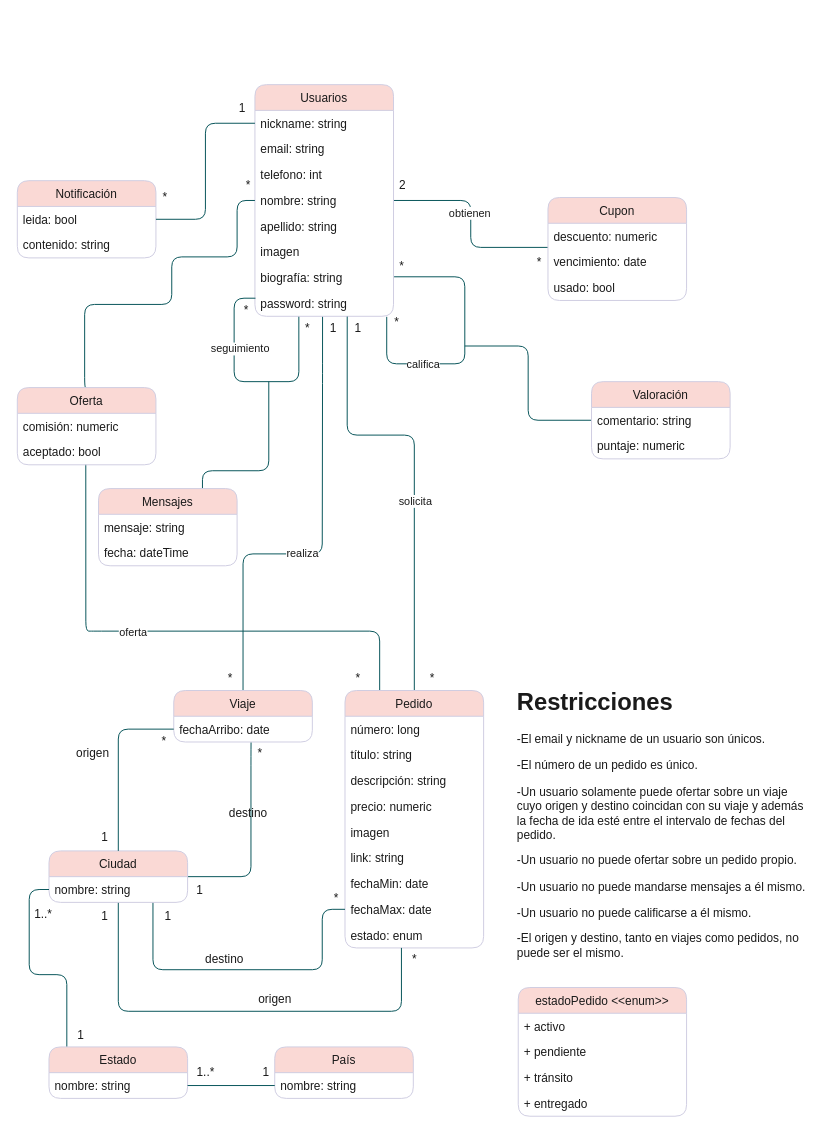
Before: Analisis.drawio in CintiaLeal/TallerPHP, a draw.io diagram. Source tidied: cells renumbered, new cells numbered last; positions are measured from the earlier drawing's top-left corner, leaving out a move shared by most shapes. Both pictures are drawn from the tidied source at 99%, with x=0, y=0 at pixel (17, 84).
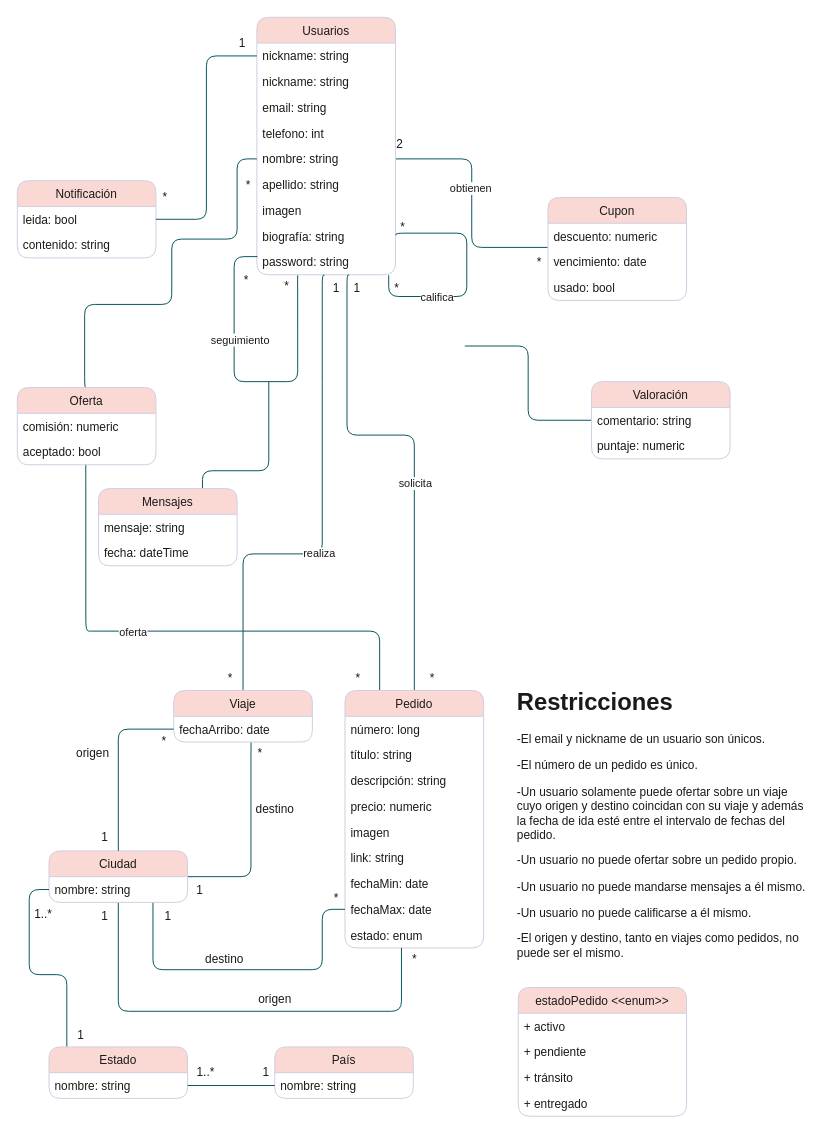
The same page after the edit.

Commit message (it also covers changes not shown here):
cupones anda

The change refers to these unchanged cells:
```xml
<mxCell id="43" value="Oferta" style="swimlane;fontStyle=0;horizontal=1;startSize=26;fillColor=#FAD9D5;fontColor=#1A1A1A;strokeColor=#D0CEE2;rounded=1;" parent="1" vertex="1">
  <mxGeometry y="306" width="140" height="78" as="geometry" />
</mxCell>
```

Change to the diagram source:
```diff
@@
     <mxCell id="5" value="Usuarios" style="swimlane;fontStyle=0;horizontal=1;startSize=26;fillColor=#FAD9D5;fontColor=#1A1A1A;strokeColor=#D0CEE2;rounded=1;" parent="1" vertex="1">
-      <mxGeometry x="240" width="140" height="234" as="geometry" />
+      <mxGeometry x="242" y="-68" width="140" height="260" as="geometry" />
     </mxCell>
@@
+    <mxCell id="103" value="nickname: string" style="text;strokeColor=none;fillColor=none;align=left;verticalAlign=top;spacingLeft=4;spacingRight=4;overflow=hidden;fontColor=#1A1A1A;rounded=1;" parent="5" vertex="1">
+      <mxGeometry y="52" width="140" height="26" as="geometry" />
+    </mxCell>
     <mxCell id="7" value="email: string" style="text;strokeColor=none;fillColor=none;align=left;verticalAlign=top;spacingLeft=4;spacingRight=4;overflow=hidden;fontColor=#1A1A1A;rounded=1;" parent="5" vertex="1">
-      <mxGeometry y="52" width="140" height="26" as="geometry" />
+      <mxGeometry y="78" width="140" height="26" as="geometry" />
     </mxCell>
     <mxCell id="8" value="telefono: int" style="text;strokeColor=none;fillColor=none;align=left;verticalAlign=top;spacingLeft=4;spacingRight=4;overflow=hidden;fontColor=#1A1A1A;rounded=1;" parent="5" vertex="1">
-      <mxGeometry y="78" width="140" height="26" as="geometry" />
+      <mxGeometry y="104" width="140" height="26" as="geometry" />
     </mxCell>
     <mxCell id="9" value="nombre: string" style="text;strokeColor=none;fillColor=none;align=left;verticalAlign=top;spacingLeft=4;spacingRight=4;overflow=hidden;points=[[0,0.5],[1,0.5]];portConstraint=eastwest;fontColor=#1A1A1A;rounded=1;" parent="5" vertex="1">
-      <mxGeometry y="104" width="140" height="26" as="geometry" />
+      <mxGeometry y="130" width="140" height="26" as="geometry" />
     </mxCell>
     <mxCell id="10" value="apellido: string" style="text;strokeColor=none;fillColor=none;align=left;verticalAlign=top;spacingLeft=4;spacingRight=4;overflow=hidden;fontColor=#1A1A1A;rounded=1;" parent="5" vertex="1">
-      <mxGeometry y="130" width="140" height="26" as="geometry" />
+      <mxGeometry y="156" width="140" height="26" as="geometry" />
     </mxCell>
     <mxCell id="11" value="imagen" style="text;strokeColor=none;fillColor=none;align=left;verticalAlign=top;spacingLeft=4;spacingRight=4;overflow=hidden;fontColor=#1A1A1A;rounded=1;" parent="5" vertex="1">
-      <mxGeometry y="156" width="140" height="26" as="geometry" />
+      <mxGeometry y="182" width="140" height="26" as="geometry" />
     </mxCell>
     <mxCell id="12" value="biografía: string" style="text;strokeColor=none;fillColor=none;align=left;verticalAlign=top;spacingLeft=4;spacingRight=4;overflow=hidden;points=[[0,0.5],[1,0.5]];portConstraint=eastwest;fontColor=#1A1A1A;rounded=1;" parent="5" vertex="1">
-      <mxGeometry y="182" width="140" height="26" as="geometry" />
+      <mxGeometry y="208" width="140" height="26" as="geometry" />
     </mxCell>
     <mxCell id="13" value="password: string" style="text;strokeColor=none;fillColor=none;align=left;verticalAlign=top;spacingLeft=4;spacingRight=4;overflow=hidden;points=[[0,0.5],[1,0.5]];portConstraint=eastwest;fontColor=#1A1A1A;rounded=1;" parent="5" vertex="1">
-      <mxGeometry y="208" width="140" height="26" as="geometry" />
+      <mxGeometry y="234" width="140" height="26" as="geometry" />
     </mxCell>
     <mxCell id="14" style="edgeStyle=orthogonalEdgeStyle;sketch=0;jettySize=auto;html=1;exitX=1.004;exitY=0.465;exitDx=0;exitDy=0;fontColor=#1A1A1A;startArrow=none;startFill=0;strokeColor=#09555B;endArrow=none;endFill=0;entryX=0.951;entryY=1.021;entryDx=0;entryDy=0;exitPerimeter=0;entryPerimeter=0;" parent="5" edge="1" source="12" target="13">
       <mxGeometry relative="1" as="geometry">
         <Array as="points">
-          <mxPoint x="212" y="194" />
+          <mxPoint x="141" y="218" />
+          <mxPoint x="212" y="218" />
           <mxPoint x="212" y="282" />
           <mxPoint x="133" y="282" />
         </Array>
       </mxGeometry>
     </mxCell>
@@
+    <mxCell id="101" style="edgeStyle=orthogonalEdgeStyle;curved=0;sketch=0;orthogonalLoop=1;jettySize=auto;html=1;entryX=0.004;entryY=0.297;entryDx=0;entryDy=0;fontColor=#1A1A1A;startArrow=none;startFill=0;strokeColor=#09555B;endArrow=none;endFill=0;entryPerimeter=0;exitX=0.294;exitY=1.023;exitDx=0;exitDy=0;exitPerimeter=0;" parent="5" edge="1" source="13" target="13">
+      <mxGeometry relative="1" as="geometry">
+        <Array as="points">
+          <mxPoint x="41" y="368" />
+          <mxPoint x="-23" y="368" />
+          <mxPoint x="-23" y="242" />
+        </Array>
+      </mxGeometry>
+    </mxCell>
+    <mxCell id="102" value="seguimiento" style="edgeLabel;html=1;align=center;verticalAlign=middle;fontColor=#1A1A1A;rounded=1;" parent="101" vertex="1">
+      <mxGeometry x="0.19" y="-1" relative="1" as="geometry">
+        <mxPoint x="4" y="-23" as="offset" />
+      </mxGeometry>
+    </mxCell>
@@
     <mxCell id="42" style="edgeStyle=orthogonalEdgeStyle;curved=0;sketch=0;jettySize=auto;html=1;exitX=0.5;exitY=0;exitDx=0;exitDy=0;fontColor=#1A1A1A;startArrow=none;startFill=0;endArrow=none;endFill=0;strokeColor=#09555B;entryX=0;entryY=0.5;entryDx=0;entryDy=0;" parent="1" edge="1" source="43" target="9">
       <mxGeometry relative="1" as="geometry">
         <Array as="points">
           <mxPoint x="68" y="306" />
           <mxPoint x="68" y="222" />
           <mxPoint x="156" y="222" />
-          <mxPoint x="156" y="174" />
-          <mxPoint x="222" y="174" />
-          <mxPoint x="222" y="117" />
+          <mxPoint x="156" y="156" />
+          <mxPoint x="222" y="156" />
+          <mxPoint x="222" y="75" />
         </Array>
       </mxGeometry>
     </mxCell>
@@
     <mxCell id="52" value="2" style="text;html=1;align=center;verticalAlign=middle;strokeColor=none;fontColor=#1A1A1A;rounded=1;" parent="1" vertex="1">
-      <mxGeometry x="377" y="90" width="24" height="24" as="geometry" />
+      <mxGeometry x="374" y="48" width="24" height="24" as="geometry" />
     </mxCell>
@@
     <mxCell id="60" value="destino" style="text;html=1;align=center;verticalAlign=middle;strokeColor=none;fontColor=#1A1A1A;rounded=1;" parent="1" vertex="1">
-      <mxGeometry x="206" y="724" width="54" height="24" as="geometry" />
+      <mxGeometry x="233" y="720" width="54" height="24" as="geometry" />
     </mxCell>
@@
     <mxCell id="70" value="1" style="text;html=1;align=center;verticalAlign=middle;strokeColor=none;fontColor=#1A1A1A;rounded=1;" parent="1" vertex="1">
-      <mxGeometry x="307" y="234" width="24" height="24" as="geometry" />
+      <mxGeometry x="310" y="194" width="24" height="24" as="geometry" />
     </mxCell>
@@
     <mxCell id="72" value="1" style="text;html=1;align=center;verticalAlign=middle;strokeColor=none;fontColor=#1A1A1A;rounded=1;" parent="1" vertex="1">
-      <mxGeometry x="332" y="234" width="24" height="24" as="geometry" />
+      <mxGeometry x="331" y="194" width="24" height="24" as="geometry" />
     </mxCell>
@@
     <mxCell id="76" value="1" style="text;html=1;align=center;verticalAlign=middle;strokeColor=none;fontColor=#1A1A1A;rounded=1;" parent="1" vertex="1">
-      <mxGeometry x="215" y="12" width="24" height="24" as="geometry" />
+      <mxGeometry x="215" y="-54" width="24" height="24" as="geometry" />
     </mxCell>
@@
     <mxCell id="78" value="*" style="text;html=1;align=center;verticalAlign=middle;strokeColor=none;fontColor=#1A1A1A;rounded=1;" parent="1" vertex="1">
-      <mxGeometry x="379" y="172" width="18" height="24" as="geometry" />
+      <mxGeometry x="380" y="132" width="18" height="24" as="geometry" />
     </mxCell>
     <mxCell id="79" value="*" style="text;html=1;align=center;verticalAlign=middle;strokeColor=none;fontColor=#1A1A1A;rounded=1;" parent="1" vertex="1">
-      <mxGeometry x="374" y="228" width="18" height="24" as="geometry" />
+      <mxGeometry x="374" y="194" width="18" height="24" as="geometry" />
     </mxCell>
     <mxCell id="80" value="*" style="text;html=1;align=center;verticalAlign=middle;strokeColor=none;fontColor=#1A1A1A;rounded=1;" parent="1" vertex="1">
-      <mxGeometry x="222" y="216" width="18" height="24" as="geometry" />
+      <mxGeometry x="222" y="186" width="18" height="24" as="geometry" />
     </mxCell>
     <mxCell id="81" value="*" style="text;html=1;align=center;verticalAlign=middle;points=[];strokeColor=none;fontColor=#1A1A1A;rounded=1;" parent="1" vertex="1">
-      <mxGeometry x="284" y="234" width="18" height="24" as="geometry" />
+      <mxGeometry x="263" y="192" width="18" height="24" as="geometry" />
     </mxCell>
@@
-    <mxCell id="101" style="edgeStyle=orthogonalEdgeStyle;curved=0;sketch=0;jettySize=auto;html=1;entryX=0.004;entryY=0.297;entryDx=0;entryDy=0;fontColor=#1A1A1A;startArrow=none;startFill=0;strokeColor=#09555B;endArrow=none;endFill=0;entryPerimeter=0;exitX=0.02;exitY=0.02;exitDx=0;exitDy=0;exitPerimeter=0;" parent="1" edge="1" source="81" target="13">
-      <mxGeometry relative="1" as="geometry">
-        <Array as="points">
-          <mxPoint x="284" y="300" />
-          <mxPoint x="219" y="300" />
-          <mxPoint x="219" y="216" />
-        </Array>
-      </mxGeometry>
-    </mxCell>
-    <mxCell id="102" value="seguimiento" style="edgeLabel;html=1;align=center;verticalAlign=middle;fontColor=#1A1A1A;rounded=1;" parent="101" vertex="1">
-      <mxGeometry x="0.19" y="-1" relative="1" as="geometry">
-        <mxPoint x="4" y="-23" as="offset" />
-      </mxGeometry>
-    </mxCell>
```
